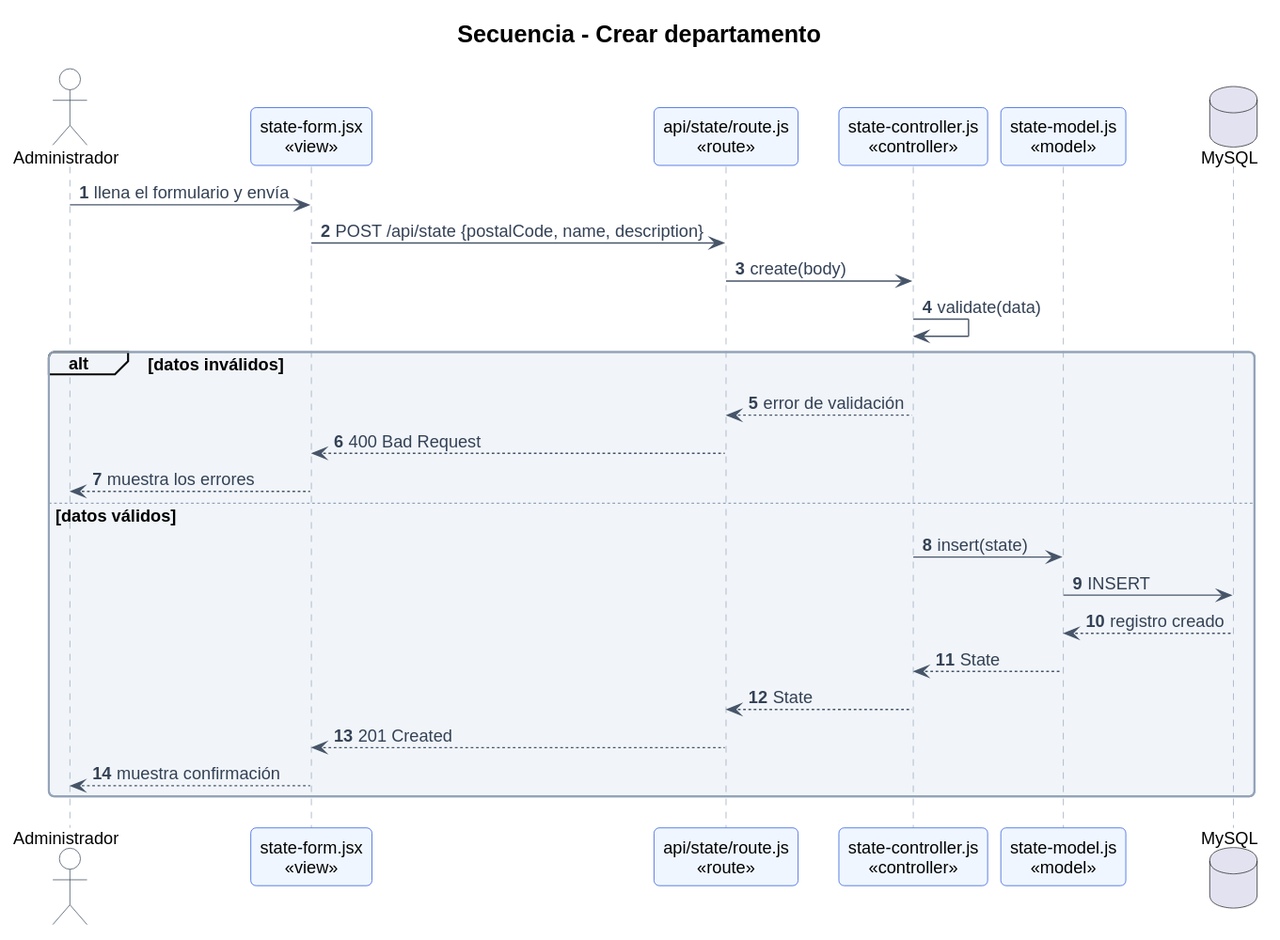
Earlier version of the PlantUML export public/docs/architecture/diagrams/12-sequence-create-state.svg (code-sena/project-mvc).
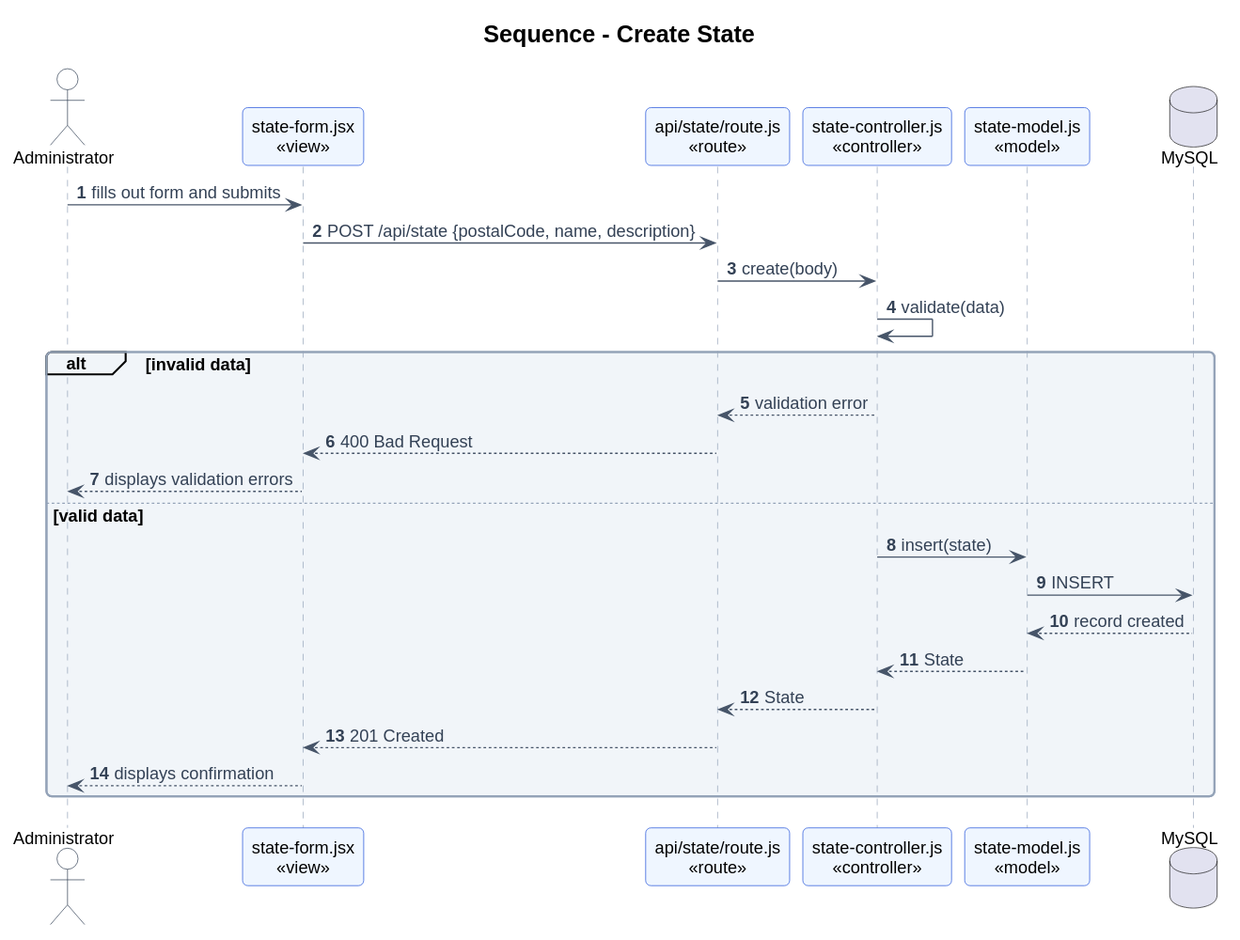
The same diagram one commit later.

Commit message:
docs(architecture): translate added documentation and sequence diagrams to english

Diff of the diagram source:
```diff
@@ -1,31 +1,31 @@
 @startuml
 !include style.puml
-title Secuencia - Crear departamento
+title Sequence - Create State
 autonumber
 
-actor "Administrador" as U
+actor "Administrator" as U
 participant "state-form.jsx\n<<view>>" as V
 participant "api/state/route.js\n<<route>>" as R
 participant "state-controller.js\n<<controller>>" as C
 participant "state-model.js\n<<model>>" as M
 database "MySQL" as DB
 
-U -> V : llena el formulario y envía
+U -> V : fills out form and submits
 V -> R : POST /api/state {postalCode, name, description}
 R -> C : create(body)
 C -> C : validate(data)
 
-alt datos inválidos
-  C --> R : error de validación
+alt invalid data
+  C --> R : validation error
   R --> V : 400 Bad Request
-  V --> U : muestra los errores
-else datos válidos
+  V --> U : displays validation errors
+else valid data
   C -> M : insert(state)
   M -> DB : INSERT
-  DB --> M : registro creado
+  DB --> M : record created
   M --> C : State
   C --> R : State
   R --> V : 201 Created
-  V --> U : muestra confirmación
+  V --> U : displays confirmation
 end
 @enduml
```
